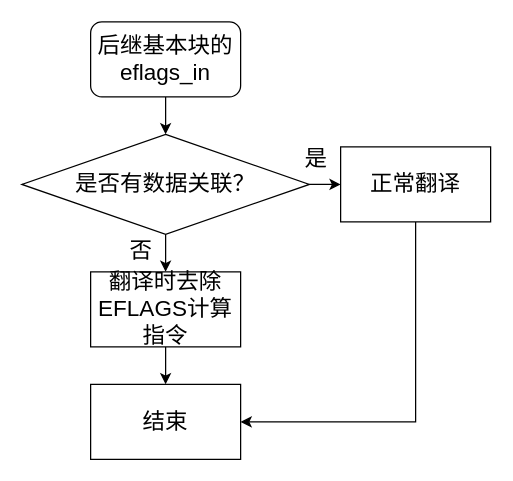
ganjue66da/ganjue66da keeps this draw.io diagram as page "第 49 页" (48 of 50) of lajit.drawio. Above is the earlier version. Source tidied: cells renumbered, new cells numbered last; positions are measured from the earlier drawing's top-left corner, leaving out a move shared by most shapes. Both pictures are drawn from the tidied source at 125%, with x=0, y=0 at pixel (21, 21).
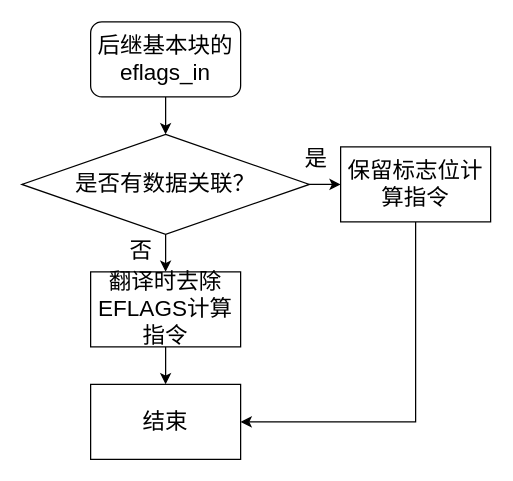
Above is the later version.

Change to the diagram source:
```diff
@@
 <mxGraphModel>
   <root>
     <mxCell id="0" />
     <mxCell id="1" parent="0" />
     <mxCell id="2" style="edgeStyle=orthogonalEdgeStyle;rounded=0;jettySize=auto;html=1;" parent="1" edge="1" source="3" target="6">
       <mxGeometry relative="1" as="geometry" />
     </mxCell>
     <mxCell id="3" value="&lt;font style=&quot;font-size: 18px;&quot;&gt;后继基本块的eflags_in&lt;/font&gt;" style="rounded=1;whiteSpace=wrap;html=1;" parent="1" vertex="1">
       <mxGeometry x="55" width="120" height="60" as="geometry" />
     </mxCell>
     <mxCell id="4" style="edgeStyle=orthogonalEdgeStyle;rounded=0;jettySize=auto;html=1;" parent="1" edge="1" source="6" target="8">
       <mxGeometry relative="1" as="geometry" />
     </mxCell>
     <mxCell id="5" style="edgeStyle=orthogonalEdgeStyle;rounded=0;jettySize=auto;html=1;" parent="1" edge="1" source="6" target="12">
       <mxGeometry relative="1" as="geometry" />
     </mxCell>
     <mxCell id="6" value="是否有数据关联？" style="rhombus;whiteSpace=wrap;html=1;fontSize=18;fillColor=none;" parent="1" vertex="1">
       <mxGeometry y="90" width="230" height="80" as="geometry" />
     </mxCell>
     <mxCell id="7" style="edgeStyle=orthogonalEdgeStyle;rounded=0;jettySize=auto;html=1;" parent="1" edge="1" source="8" target="10">
       <mxGeometry relative="1" as="geometry" />
     </mxCell>
     <mxCell id="8" value="翻译时去除EFLAGS计算指令" style="whiteSpace=wrap;html=1;fontSize=18;fillColor=none;" parent="1" vertex="1">
       <mxGeometry x="55" y="200" width="120" height="60" as="geometry" />
     </mxCell>
     <mxCell id="9" value="&lt;font style=&quot;font-size: 18px;&quot;&gt;否&lt;/font&gt;" style="text;html=1;align=center;verticalAlign=middle;strokeColor=none;fillColor=none;" parent="1" vertex="1">
       <mxGeometry x="75" y="163" width="40" height="40" as="geometry" />
     </mxCell>
     <mxCell id="10" value="结束" style="whiteSpace=wrap;html=1;fontSize=18;fillColor=none;" parent="1" vertex="1">
       <mxGeometry x="55" y="290" width="120" height="60" as="geometry" />
     </mxCell>
     <mxCell id="11" style="edgeStyle=orthogonalEdgeStyle;rounded=0;jettySize=auto;html=1;exitX=0.5;exitY=1;exitDx=0;exitDy=0;entryX=1;entryY=0.5;entryDx=0;entryDy=0;" parent="1" edge="1" source="12" target="10">
       <mxGeometry relative="1" as="geometry" />
     </mxCell>
-    <mxCell id="12" value="正常翻译" style="whiteSpace=wrap;html=1;fontSize=18;fillColor=none;" parent="1" vertex="1">
+    <mxCell id="12" value="保留标志位计算指令" style="whiteSpace=wrap;html=1;fontSize=18;fillColor=none;" parent="1" vertex="1">
       <mxGeometry x="255" y="100" width="120" height="60" as="geometry" />
     </mxCell>
     <mxCell id="13" value="&lt;font style=&quot;font-size: 18px;&quot;&gt;是&lt;/font&gt;" style="text;html=1;align=center;verticalAlign=middle;strokeColor=none;fillColor=none;" parent="1" vertex="1">
       <mxGeometry x="215" y="90" width="40" height="40" as="geometry" />
     </mxCell>
   </root>
 </mxGraphModel>
```
